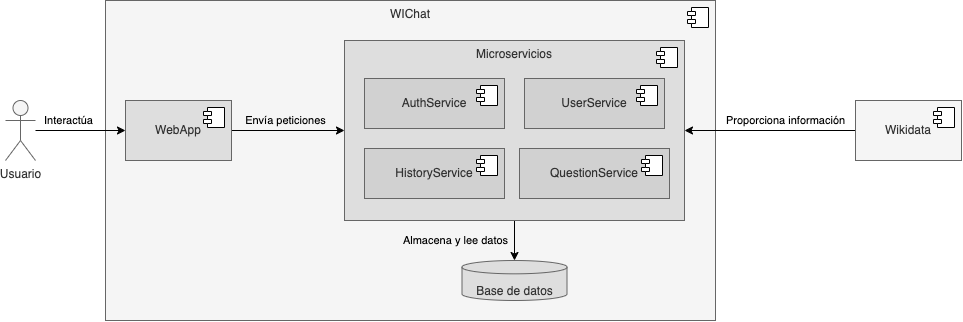
Before: images/05_VistaBloques_Nivel3.png, a diagram exported from draw.io (Arquisoft/wichat_es1b). Source tidied: cells renumbered, new cells last; positions are measured from the earlier drawing's top-left corner, leaving out a move shared by most shapes. Its diagram source:
```xml
<mxGraphModel>
  <root>
    <mxCell id="0" />
    <mxCell id="1" parent="0" />
    <mxCell id="2" value="Usuario" style="shape=umlActor;verticalLabelPosition=bottom;verticalAlign=top;html=1;outlineConnect=0;fillColor=#f5f5f5;strokeColor=#666666;fontColor=#333333;" parent="1" vertex="1">
      <mxGeometry y="100" width="30" height="60" as="geometry" />
    </mxCell>
    <mxCell id="3" value="WIChat" style="html=1;whiteSpace=wrap;fillColor=#f5f5f5;fontColor=#333333;strokeColor=#666666;verticalAlign=top;" parent="1" vertex="1">
      <mxGeometry x="100" width="610" height="320" as="geometry" />
    </mxCell>
    <mxCell id="4" style="shape=module;jettyWidth=8;jettyHeight=4;" parent="3" vertex="1">
      <mxGeometry x="1" width="21" height="20" relative="1" as="geometry">
        <mxPoint x="-28" y="7" as="offset" />
      </mxGeometry>
    </mxCell>
    <mxCell id="5" value="Proporciona información" style="edgeStyle=orthogonalEdgeStyle;rounded=0;jettySize=auto;html=1;entryX=1;entryY=0.5;entryDx=0;entryDy=0;" parent="1" edge="1" source="6" target="13">
      <mxGeometry x="-0.18" y="-10" relative="1" as="geometry">
        <mxPoint x="-1" as="offset" />
      </mxGeometry>
    </mxCell>
    <mxCell id="6" value="Wikidata" style="html=1;whiteSpace=wrap;fillColor=#f5f5f5;fontColor=#333333;strokeColor=#666666;" parent="1" vertex="1">
      <mxGeometry x="850" y="100" width="106" height="60" as="geometry" />
    </mxCell>
    <mxCell id="7" style="shape=module;jettyWidth=8;jettyHeight=4;" parent="6" vertex="1">
      <mxGeometry x="1" width="21" height="20" relative="1" as="geometry">
        <mxPoint x="-28" y="7" as="offset" />
      </mxGeometry>
    </mxCell>
    <mxCell id="8" value="Envía peticiones" style="edgeStyle=orthogonalEdgeStyle;rounded=0;jettySize=auto;html=1;entryX=0;entryY=0.5;entryDx=0;entryDy=0;labelBackgroundColor=none;" parent="1" edge="1" source="9" target="13">
      <mxGeometry x="-0.04" y="10" relative="1" as="geometry" />
    </mxCell>
    <mxCell id="9" value="WebApp" style="html=1;whiteSpace=wrap;fillColor=#DEDEDE;fontColor=#333333;strokeColor=#666666;" parent="1" vertex="1">
      <mxGeometry x="120" y="100" width="106" height="60" as="geometry" />
    </mxCell>
    <mxCell id="10" style="shape=module;jettyWidth=8;jettyHeight=4;" parent="9" vertex="1">
      <mxGeometry x="1" width="21" height="20" relative="1" as="geometry">
        <mxPoint x="-28" y="7" as="offset" />
      </mxGeometry>
    </mxCell>
    <mxCell id="11" value="Interactúa" style="edgeStyle=orthogonalEdgeStyle;rounded=0;jettySize=auto;html=1;entryX=0;entryY=0.5;entryDx=0;entryDy=0;" parent="1" edge="1" source="2" target="9">
      <mxGeometry x="-0.27" y="10" relative="1" as="geometry" />
    </mxCell>
    <mxCell id="12" value="Almacena y lee datos" style="edgeStyle=orthogonalEdgeStyle;rounded=0;jettySize=auto;html=1;labelBackgroundColor=none;" parent="1" edge="1" source="13" target="15">
      <mxGeometry y="-59" relative="1" as="geometry" />
    </mxCell>
    <mxCell id="13" value="Microservicios" style="html=1;whiteSpace=wrap;fillColor=#DEDEDE;fontColor=#333333;strokeColor=#666666;verticalAlign=top;align=center;" parent="1" vertex="1">
      <mxGeometry x="339" y="40" width="340" height="180" as="geometry" />
    </mxCell>
    <mxCell id="14" style="shape=module;jettyWidth=8;jettyHeight=4;" parent="13" vertex="1">
      <mxGeometry x="1" width="21" height="20" relative="1" as="geometry">
        <mxPoint x="-28" y="7" as="offset" />
      </mxGeometry>
    </mxCell>
    <mxCell id="15" value="Base de datos" style="strokeWidth=1;html=1;shape=mxgraph.flowchart.database;whiteSpace=wrap;strokeColor=#666666;fillColor=#DEDEDE;fontColor=#333333;verticalAlign=bottom;" parent="1" vertex="1">
      <mxGeometry x="456.5" y="260" width="105" height="40" as="geometry" />
    </mxCell>
    <mxCell id="16" value="UserService" style="html=1;whiteSpace=wrap;fillColor=#D1D1D1;fontColor=#333333;strokeColor=#666666;align=center;" parent="1" vertex="1">
      <mxGeometry x="519" y="78" width="140" height="50" as="geometry" />
    </mxCell>
    <mxCell id="17" style="shape=module;jettyWidth=8;jettyHeight=4;" parent="16" vertex="1">
      <mxGeometry x="1" width="21" height="20" relative="1" as="geometry">
        <mxPoint x="-28" y="7" as="offset" />
      </mxGeometry>
    </mxCell>
    <mxCell id="18" value="AuthService" style="html=1;whiteSpace=wrap;fillColor=#D1D1D1;fontColor=#333333;strokeColor=#666666;align=center;" parent="1" vertex="1">
      <mxGeometry x="359" y="78" width="140" height="50" as="geometry" />
    </mxCell>
    <mxCell id="19" style="shape=module;jettyWidth=8;jettyHeight=4;" parent="18" vertex="1">
      <mxGeometry x="1" width="21" height="20" relative="1" as="geometry">
        <mxPoint x="-28" y="7" as="offset" />
      </mxGeometry>
    </mxCell>
    <mxCell id="20" value="QuestionService" style="html=1;whiteSpace=wrap;fillColor=#D1D1D1;fontColor=#333333;strokeColor=#666666;align=center;" parent="1" vertex="1">
      <mxGeometry x="514" y="148" width="150" height="50" as="geometry" />
    </mxCell>
    <mxCell id="21" style="shape=module;jettyWidth=8;jettyHeight=4;" parent="20" vertex="1">
      <mxGeometry x="1" width="21" height="20" relative="1" as="geometry">
        <mxPoint x="-28" y="7" as="offset" />
      </mxGeometry>
    </mxCell>
    <mxCell id="22" value="HistoryService" style="html=1;whiteSpace=wrap;fillColor=#D1D1D1;fontColor=#333333;strokeColor=#666666;align=center;" parent="1" vertex="1">
      <mxGeometry x="359" y="148" width="140" height="50" as="geometry" />
    </mxCell>
    <mxCell id="23" style="shape=module;jettyWidth=8;jettyHeight=4;" parent="22" vertex="1">
      <mxGeometry x="1" width="21" height="20" relative="1" as="geometry">
        <mxPoint x="-28" y="7" as="offset" />
      </mxGeometry>
    </mxCell>
  </root>
</mxGraphModel>
```
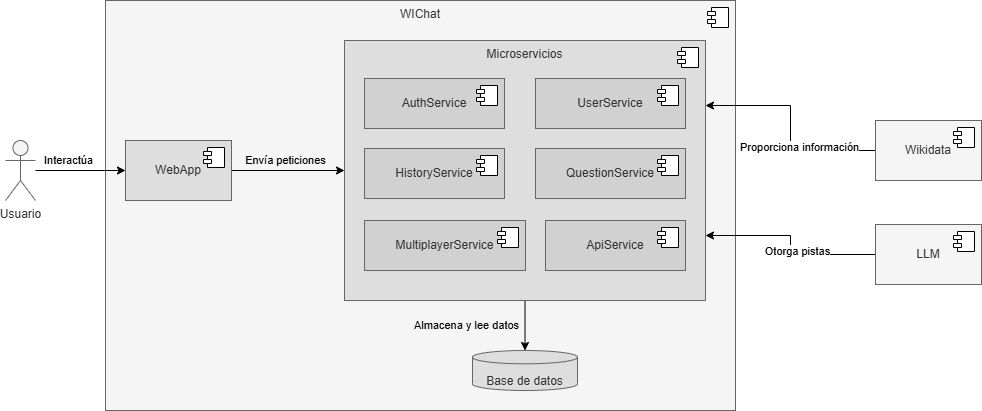
The same file after the commit.

What changed in the source:
```diff
@@ -3,23 +3,23 @@
     <mxCell id="0" />
     <mxCell id="1" parent="0" />
     <mxCell id="2" value="Usuario" style="shape=umlActor;verticalLabelPosition=bottom;verticalAlign=top;html=1;outlineConnect=0;fillColor=#f5f5f5;strokeColor=#666666;fontColor=#333333;" parent="1" vertex="1">
-      <mxGeometry y="100" width="30" height="60" as="geometry" />
+      <mxGeometry x="10" y="260" width="30" height="60" as="geometry" />
     </mxCell>
     <mxCell id="3" value="WIChat" style="html=1;whiteSpace=wrap;fillColor=#f5f5f5;fontColor=#333333;strokeColor=#666666;verticalAlign=top;" parent="1" vertex="1">
-      <mxGeometry x="100" width="610" height="320" as="geometry" />
+      <mxGeometry x="110" y="120" width="630" height="410" as="geometry" />
     </mxCell>
     <mxCell id="4" style="shape=module;jettyWidth=8;jettyHeight=4;" parent="3" vertex="1">
       <mxGeometry x="1" width="21" height="20" relative="1" as="geometry">
         <mxPoint x="-28" y="7" as="offset" />
       </mxGeometry>
     </mxCell>
-    <mxCell id="5" value="Proporciona información" style="edgeStyle=orthogonalEdgeStyle;rounded=0;jettySize=auto;html=1;entryX=1;entryY=0.5;entryDx=0;entryDy=0;" parent="1" edge="1" source="6" target="13">
+    <mxCell id="5" value="Proporciona información" style="edgeStyle=orthogonalEdgeStyle;rounded=0;jettySize=auto;html=1;entryX=1;entryY=0.25;entryDx=0;entryDy=0;" parent="1" edge="1" source="6" target="13">
       <mxGeometry x="-0.18" y="-10" relative="1" as="geometry">
         <mxPoint x="-1" as="offset" />
       </mxGeometry>
     </mxCell>
     <mxCell id="6" value="Wikidata" style="html=1;whiteSpace=wrap;fillColor=#f5f5f5;fontColor=#333333;strokeColor=#666666;" parent="1" vertex="1">
-      <mxGeometry x="850" y="100" width="106" height="60" as="geometry" />
+      <mxGeometry x="880" y="240" width="106" height="60" as="geometry" />
     </mxCell>
     <mxCell id="7" style="shape=module;jettyWidth=8;jettyHeight=4;" parent="6" vertex="1">
       <mxGeometry x="1" width="21" height="20" relative="1" as="geometry">
@@ -30,7 +30,7 @@
       <mxGeometry x="-0.04" y="10" relative="1" as="geometry" />
     </mxCell>
     <mxCell id="9" value="WebApp" style="html=1;whiteSpace=wrap;fillColor=#DEDEDE;fontColor=#333333;strokeColor=#666666;" parent="1" vertex="1">
-      <mxGeometry x="120" y="100" width="106" height="60" as="geometry" />
+      <mxGeometry x="130" y="260" width="106" height="60" as="geometry" />
     </mxCell>
     <mxCell id="10" style="shape=module;jettyWidth=8;jettyHeight=4;" parent="9" vertex="1">
       <mxGeometry x="1" width="21" height="20" relative="1" as="geometry">
@@ -44,7 +44,7 @@
       <mxGeometry y="-59" relative="1" as="geometry" />
     </mxCell>
     <mxCell id="13" value="Microservicios" style="html=1;whiteSpace=wrap;fillColor=#DEDEDE;fontColor=#333333;strokeColor=#666666;verticalAlign=top;align=center;" parent="1" vertex="1">
-      <mxGeometry x="339" y="40" width="340" height="180" as="geometry" />
+      <mxGeometry x="349" y="160" width="361" height="260" as="geometry" />
     </mxCell>
     <mxCell id="14" style="shape=module;jettyWidth=8;jettyHeight=4;" parent="13" vertex="1">
       <mxGeometry x="1" width="21" height="20" relative="1" as="geometry">
@@ -52,10 +52,10 @@
       </mxGeometry>
     </mxCell>
     <mxCell id="15" value="Base de datos" style="strokeWidth=1;html=1;shape=mxgraph.flowchart.database;whiteSpace=wrap;strokeColor=#666666;fillColor=#DEDEDE;fontColor=#333333;verticalAlign=bottom;" parent="1" vertex="1">
-      <mxGeometry x="456.5" y="260" width="105" height="40" as="geometry" />
+      <mxGeometry x="477" y="470" width="105" height="40" as="geometry" />
     </mxCell>
     <mxCell id="16" value="UserService" style="html=1;whiteSpace=wrap;fillColor=#D1D1D1;fontColor=#333333;strokeColor=#666666;align=center;" parent="1" vertex="1">
-      <mxGeometry x="519" y="78" width="140" height="50" as="geometry" />
+      <mxGeometry x="540" y="198" width="150" height="50" as="geometry" />
     </mxCell>
     <mxCell id="17" style="shape=module;jettyWidth=8;jettyHeight=4;" parent="16" vertex="1">
       <mxGeometry x="1" width="21" height="20" relative="1" as="geometry">
@@ -63,7 +63,7 @@
       </mxGeometry>
     </mxCell>
     <mxCell id="18" value="AuthService" style="html=1;whiteSpace=wrap;fillColor=#D1D1D1;fontColor=#333333;strokeColor=#666666;align=center;" parent="1" vertex="1">
-      <mxGeometry x="359" y="78" width="140" height="50" as="geometry" />
+      <mxGeometry x="369" y="198" width="140" height="50" as="geometry" />
     </mxCell>
     <mxCell id="19" style="shape=module;jettyWidth=8;jettyHeight=4;" parent="18" vertex="1">
       <mxGeometry x="1" width="21" height="20" relative="1" as="geometry">
@@ -71,7 +71,7 @@
       </mxGeometry>
     </mxCell>
     <mxCell id="20" value="QuestionService" style="html=1;whiteSpace=wrap;fillColor=#D1D1D1;fontColor=#333333;strokeColor=#666666;align=center;" parent="1" vertex="1">
-      <mxGeometry x="514" y="148" width="150" height="50" as="geometry" />
+      <mxGeometry x="540" y="268" width="150" height="50" as="geometry" />
     </mxCell>
     <mxCell id="21" style="shape=module;jettyWidth=8;jettyHeight=4;" parent="20" vertex="1">
       <mxGeometry x="1" width="21" height="20" relative="1" as="geometry">
@@ -79,12 +79,42 @@
       </mxGeometry>
     </mxCell>
     <mxCell id="22" value="HistoryService" style="html=1;whiteSpace=wrap;fillColor=#D1D1D1;fontColor=#333333;strokeColor=#666666;align=center;" parent="1" vertex="1">
-      <mxGeometry x="359" y="148" width="140" height="50" as="geometry" />
+      <mxGeometry x="369" y="268" width="140" height="50" as="geometry" />
     </mxCell>
     <mxCell id="23" style="shape=module;jettyWidth=8;jettyHeight=4;" parent="22" vertex="1">
       <mxGeometry x="1" width="21" height="20" relative="1" as="geometry">
         <mxPoint x="-28" y="7" as="offset" />
       </mxGeometry>
     </mxCell>
+    <mxCell id="24" value="MultiplayerService" style="html=1;whiteSpace=wrap;fillColor=#D1D1D1;fontColor=#333333;strokeColor=#666666;align=center;" parent="1" vertex="1">
+      <mxGeometry x="369" y="340" width="161" height="50" as="geometry" />
+    </mxCell>
+    <mxCell id="25" style="shape=module;jettyWidth=8;jettyHeight=4;" parent="24" vertex="1">
+      <mxGeometry x="1" width="21" height="20" relative="1" as="geometry">
+        <mxPoint x="-28" y="7" as="offset" />
+      </mxGeometry>
+    </mxCell>
+    <mxCell id="26" value="ApiService" style="html=1;whiteSpace=wrap;fillColor=#D1D1D1;fontColor=#333333;strokeColor=#666666;align=center;" parent="1" vertex="1">
+      <mxGeometry x="550" y="340" width="140" height="50" as="geometry" />
+    </mxCell>
+    <mxCell id="27" style="shape=module;jettyWidth=8;jettyHeight=4;" parent="26" vertex="1">
+      <mxGeometry x="1" width="21" height="20" relative="1" as="geometry">
+        <mxPoint x="-28" y="7" as="offset" />
+      </mxGeometry>
+    </mxCell>
+    <mxCell id="28" style="edgeStyle=orthogonalEdgeStyle;rounded=0;jettySize=auto;html=1;entryX=1;entryY=0.75;entryDx=0;entryDy=0;" parent="1" edge="1" source="30" target="13">
+      <mxGeometry relative="1" as="geometry" />
+    </mxCell>
+    <mxCell id="29" value="Otorga pistas" style="edgeLabel;html=1;align=center;verticalAlign=middle;" parent="28" vertex="1">
+      <mxGeometry x="-0.16" y="-4" relative="1" as="geometry" />
+    </mxCell>
+    <mxCell id="30" value="LLM" style="html=1;whiteSpace=wrap;fillColor=#f5f5f5;fontColor=#333333;strokeColor=#666666;" parent="1" vertex="1">
+      <mxGeometry x="880" y="344" width="106" height="60" as="geometry" />
+    </mxCell>
+    <mxCell id="31" style="shape=module;jettyWidth=8;jettyHeight=4;" parent="30" vertex="1">
+      <mxGeometry x="1" width="21" height="20" relative="1" as="geometry">
+        <mxPoint x="-28" y="7" as="offset" />
+      </mxGeometry>
+    </mxCell>
   </root>
 </mxGraphModel>
```
